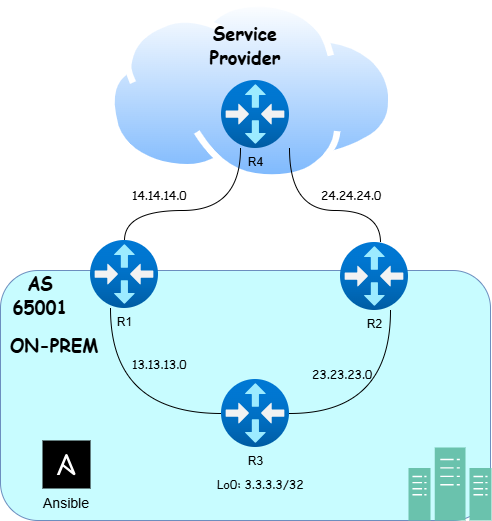
This is drawio/ansible_bgp_edge.drawio.png from autonetops/lab_topologies, a draw.io export, as it was before one commit. Source tidied: cells renumbered, new cells last; positions are measured from the earlier drawing's top-left corner, leaving out a move shared by most shapes. The source it was exported from:
```xml
<mxGraphModel>
  <root>
    <mxCell id="0" />
    <mxCell id="1" parent="0" />
    <mxCell id="2" style="rounded=1;whiteSpace=wrap;html=1;fillColor=#C8FCFF;strokeColor=#6c8ebf;" parent="1" vertex="1">
      <mxGeometry y="270" width="490" height="250" as="geometry" />
    </mxCell>
    <mxCell id="3" style="sketch=0;shadow=0;dashed=0;html=1;strokeColor=#82b366;fillColor=#6AC2AD;labelPosition=center;verticalLabelPosition=bottom;verticalAlign=top;align=center;shape=mxgraph.veeam2.datacenter;" parent="1" vertex="1">
      <mxGeometry x="408" y="447" width="83" height="73" as="geometry" />
    </mxCell>
    <mxCell id="4" style="edgeStyle=orthogonalEdgeStyle;rounded=0;jettySize=auto;html=1;curved=1;endArrow=none;startFill=0;" parent="1" edge="1" source="5" target="15">
      <mxGeometry relative="1" as="geometry">
        <Array as="points">
          <mxPoint x="110" y="413" />
        </Array>
      </mxGeometry>
    </mxCell>
    <mxCell id="5" value="&lt;span style=&quot;text-wrap-mode: wrap;&quot;&gt;R1&lt;/span&gt;" style="image;html=1;points=[];align=center;fontSize=12;image=img/lib/azure2/networking/Virtual_Router.svg;fontColor=light-dark(#000000,#000000);labelBackgroundColor=none;" parent="1" vertex="1">
      <mxGeometry x="90" y="240" width="68" height="68" as="geometry" />
    </mxCell>
    <mxCell id="6" value="&lt;span style=&quot;forced-color-adjust: none; font-size: 12px; font-style: normal; font-variant-ligatures: normal; font-variant-caps: normal; font-weight: 400; letter-spacing: normal; orphans: 2; text-align: center; text-indent: 0px; text-transform: none; widows: 2; word-spacing: 0px; -webkit-text-stroke-width: 0px; white-space: normal; text-decoration-thickness: initial; text-decoration-style: initial; text-decoration-color: initial; box-shadow: none !important;&quot;&gt;&lt;font face=&quot;Comic Sans MS&quot;&gt;Lo0: 3.3.3.3/32&lt;/font&gt;&lt;/span&gt;" style="text;whiteSpace=wrap;html=1;fontColor=light-dark(#000000,#000000);labelBackgroundColor=none;" parent="1" vertex="1">
      <mxGeometry x="215" y="470" width="110" height="40" as="geometry" />
    </mxCell>
    <mxCell id="7" value="&lt;font face=&quot;Comic Sans MS&quot;&gt;&lt;b&gt;AS 65001&lt;/b&gt;&lt;/font&gt;" style="text;html=1;align=center;verticalAlign=middle;whiteSpace=wrap;rounded=0;fontSize=18;" parent="1" vertex="1">
      <mxGeometry x="10" y="280" width="60" height="30" as="geometry" />
    </mxCell>
    <mxCell id="8" style="image;perimeter=ellipsePerimeter;html=1;align=center;shadow=0;dashed=0;spacingTop=3;image=img/lib/active_directory/internet_cloud.svg;direction=east;" parent="1" vertex="1">
      <mxGeometry x="108" width="286.9" height="180.8" as="geometry" />
    </mxCell>
    <mxCell id="9" value="&lt;font face=&quot;Comic Sans MS&quot;&gt;&lt;b&gt;Service&lt;br&gt;Provider&lt;/b&gt;&lt;/font&gt;" style="text;html=1;align=center;verticalAlign=middle;whiteSpace=wrap;rounded=0;fontSize=18;" parent="1" vertex="1">
      <mxGeometry x="215" y="30" width="60" height="30" as="geometry" />
    </mxCell>
    <mxCell id="10" value="&lt;font face=&quot;Comic Sans MS&quot;&gt;&lt;b&gt;ON-PREM&lt;/b&gt;&lt;/font&gt;" style="text;html=1;align=center;verticalAlign=middle;whiteSpace=wrap;rounded=0;fontSize=18;" parent="1" vertex="1">
      <mxGeometry x="4" y="330" width="100" height="30" as="geometry" />
    </mxCell>
    <mxCell id="11" style="edgeStyle=orthogonalEdgeStyle;rounded=0;jettySize=auto;html=1;endArrow=none;startFill=0;curved=1;" parent="1" edge="1" source="12" target="15">
      <mxGeometry relative="1" as="geometry">
        <Array as="points">
          <mxPoint x="390" y="413" />
        </Array>
      </mxGeometry>
    </mxCell>
    <mxCell id="12" value="&lt;span style=&quot;text-wrap-mode: wrap;&quot;&gt;R2&lt;/span&gt;" style="image;html=1;points=[];align=center;fontSize=12;image=img/lib/azure2/networking/Virtual_Router.svg;fontColor=light-dark(#000000,#000000);labelBackgroundColor=none;" parent="1" vertex="1">
      <mxGeometry x="340" y="242" width="68" height="68" as="geometry" />
    </mxCell>
    <mxCell id="13" value="Ansible" style="shape=rect;fillColor=light-dark(#000000, #eb659f);labelPosition=center;verticalLabelPosition=bottom;align=center;verticalAlign=top;strokeColor=none;fontSize=14;direction=south;" parent="1" vertex="1">
      <mxGeometry x="42" y="440" width="48" height="48" as="geometry" />
    </mxCell>
    <mxCell id="14" style="fillColor=#ffffff;strokeColor=none;dashed=0;html=1;labelPosition=center;verticalLabelPosition=bottom;verticalAlign=top;shape=mxgraph.ibm_cloud.logo--ansible-community;" parent="13" vertex="1">
      <mxGeometry width="24" height="24" relative="1" as="geometry">
        <mxPoint x="12" y="12" as="offset" />
      </mxGeometry>
    </mxCell>
    <mxCell id="15" value="&lt;span style=&quot;text-wrap-mode: wrap;&quot;&gt;R3&lt;/span&gt;" style="image;html=1;points=[];align=center;fontSize=12;image=img/lib/azure2/networking/Virtual_Router.svg;fontColor=light-dark(#000000,#000000);labelBackgroundColor=none;" parent="1" vertex="1">
      <mxGeometry x="221" y="379" width="68" height="68" as="geometry" />
    </mxCell>
    <mxCell id="16" value="&lt;span style=&quot;text-wrap-mode: wrap;&quot;&gt;R4&lt;/span&gt;" style="image;html=1;points=[];align=center;fontSize=12;image=img/lib/azure2/networking/Virtual_Router.svg;fontColor=light-dark(#000000,#000000);labelBackgroundColor=none;" parent="1" vertex="1">
      <mxGeometry x="221" y="80" width="68" height="68" as="geometry" />
    </mxCell>
    <mxCell id="17" style="edgeStyle=orthogonalEdgeStyle;rounded=0;jettySize=auto;html=1;endArrow=none;startFill=0;curved=1;" parent="1" edge="1" source="12" target="16">
      <mxGeometry relative="1" as="geometry">
        <Array as="points">
          <mxPoint x="380" y="210" />
          <mxPoint x="289" y="210" />
        </Array>
      </mxGeometry>
    </mxCell>
    <mxCell id="18" style="edgeStyle=orthogonalEdgeStyle;rounded=0;jettySize=auto;html=1;endArrow=none;startFill=0;curved=1;" parent="1" edge="1" source="5" target="16">
      <mxGeometry relative="1" as="geometry">
        <Array as="points">
          <mxPoint x="124" y="210" />
          <mxPoint x="240" y="210" />
        </Array>
      </mxGeometry>
    </mxCell>
    <mxCell id="19" value="&lt;div style=&quot;text-align: center;&quot;&gt;&lt;span style=&quot;background-color: transparent;&quot;&gt;&lt;font face=&quot;Comic Sans MS&quot;&gt;23.23.23.0&lt;/font&gt;&lt;/span&gt;&lt;/div&gt;" style="text;whiteSpace=wrap;html=1;fontColor=light-dark(#000000,#000000);labelBackgroundColor=none;" parent="1" vertex="1">
      <mxGeometry x="310" y="360" width="110" height="40" as="geometry" />
    </mxCell>
    <mxCell id="20" value="&lt;div style=&quot;text-align: center;&quot;&gt;&lt;span style=&quot;background-color: transparent;&quot;&gt;&lt;font face=&quot;Comic Sans MS&quot;&gt;13.13.13.0&lt;/font&gt;&lt;/span&gt;&lt;/div&gt;" style="text;whiteSpace=wrap;html=1;fontColor=light-dark(#000000,#000000);labelBackgroundColor=none;" parent="1" vertex="1">
      <mxGeometry x="130" y="350" width="110" height="40" as="geometry" />
    </mxCell>
    <mxCell id="21" value="&lt;div style=&quot;text-align: center;&quot;&gt;&lt;span style=&quot;background-color: transparent;&quot;&gt;&lt;font face=&quot;Comic Sans MS&quot;&gt;14.14.14.0&lt;/font&gt;&lt;/span&gt;&lt;/div&gt;" style="text;whiteSpace=wrap;html=1;fontColor=light-dark(#000000,#000000);labelBackgroundColor=none;" parent="1" vertex="1">
      <mxGeometry x="130" y="180.8" width="110" height="40" as="geometry" />
    </mxCell>
    <mxCell id="22" value="&lt;div style=&quot;text-align: center;&quot;&gt;&lt;span style=&quot;background-color: transparent;&quot;&gt;&lt;font face=&quot;Comic Sans MS&quot;&gt;24.24.24.0&lt;/font&gt;&lt;/span&gt;&lt;/div&gt;" style="text;whiteSpace=wrap;html=1;fontColor=light-dark(#000000,#000000);labelBackgroundColor=none;" parent="1" vertex="1">
      <mxGeometry x="319" y="180.8" width="110" height="40" as="geometry" />
    </mxCell>
  </root>
</mxGraphModel>
```
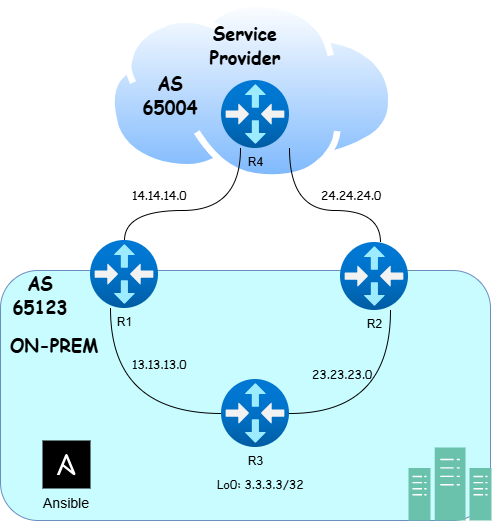
After the commit.

Diff of the diagram source:
```diff
@@ -21,7 +21,7 @@
     <mxCell id="6" value="&lt;span style=&quot;forced-color-adjust: none; font-size: 12px; font-style: normal; font-variant-ligatures: normal; font-variant-caps: normal; font-weight: 400; letter-spacing: normal; orphans: 2; text-align: center; text-indent: 0px; text-transform: none; widows: 2; word-spacing: 0px; -webkit-text-stroke-width: 0px; white-space: normal; text-decoration-thickness: initial; text-decoration-style: initial; text-decoration-color: initial; box-shadow: none !important;&quot;&gt;&lt;font face=&quot;Comic Sans MS&quot;&gt;Lo0: 3.3.3.3/32&lt;/font&gt;&lt;/span&gt;" style="text;whiteSpace=wrap;html=1;fontColor=light-dark(#000000,#000000);labelBackgroundColor=none;" parent="1" vertex="1">
       <mxGeometry x="215" y="470" width="110" height="40" as="geometry" />
     </mxCell>
-    <mxCell id="7" value="&lt;font face=&quot;Comic Sans MS&quot;&gt;&lt;b&gt;AS 65001&lt;/b&gt;&lt;/font&gt;" style="text;html=1;align=center;verticalAlign=middle;whiteSpace=wrap;rounded=0;fontSize=18;" parent="1" vertex="1">
+    <mxCell id="7" value="&lt;font face=&quot;Comic Sans MS&quot;&gt;&lt;b&gt;AS 65123&lt;/b&gt;&lt;/font&gt;" style="text;html=1;align=center;verticalAlign=middle;whiteSpace=wrap;rounded=0;fontSize=18;" parent="1" vertex="1">
       <mxGeometry x="10" y="280" width="60" height="30" as="geometry" />
     </mxCell>
     <mxCell id="8" style="image;perimeter=ellipsePerimeter;html=1;align=center;shadow=0;dashed=0;spacingTop=3;image=img/lib/active_directory/internet_cloud.svg;direction=east;" parent="1" vertex="1">
@@ -85,5 +85,8 @@
     <mxCell id="22" value="&lt;div style=&quot;text-align: center;&quot;&gt;&lt;span style=&quot;background-color: transparent;&quot;&gt;&lt;font face=&quot;Comic Sans MS&quot;&gt;24.24.24.0&lt;/font&gt;&lt;/span&gt;&lt;/div&gt;" style="text;whiteSpace=wrap;html=1;fontColor=light-dark(#000000,#000000);labelBackgroundColor=none;" parent="1" vertex="1">
       <mxGeometry x="319" y="180.8" width="110" height="40" as="geometry" />
     </mxCell>
+    <mxCell id="23" value="&lt;font face=&quot;Comic Sans MS&quot;&gt;&lt;b&gt;AS 65004&lt;/b&gt;&lt;/font&gt;" style="text;html=1;align=center;verticalAlign=middle;whiteSpace=wrap;rounded=0;fontSize=18;" parent="1" vertex="1">
+      <mxGeometry x="140" y="80" width="60" height="30" as="geometry" />
+    </mxCell>
   </root>
 </mxGraphModel>
```
